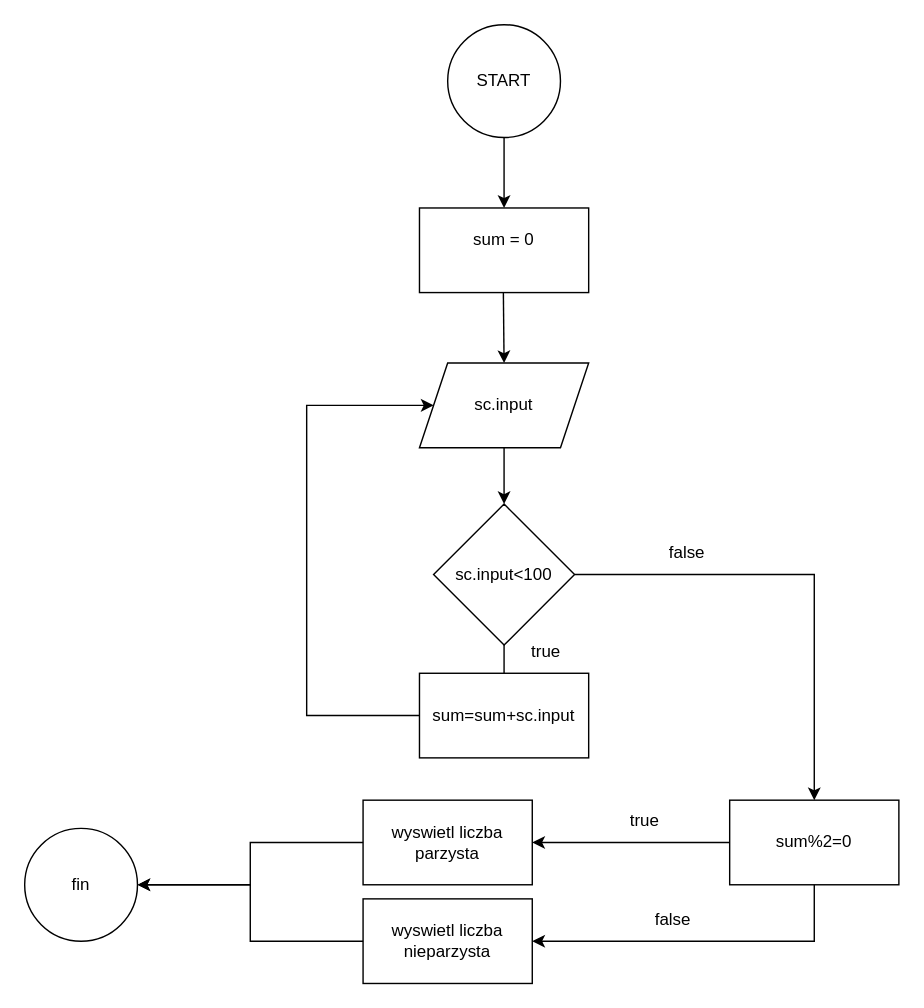
Above: Diagram bez tytułu.drawio in Brodaxer/AlgorytmikaZ1 (draw.io), before the change. Source tidied: cells renumbered, new cells numbered last; positions are measured from the earlier drawing's top-left corner, leaving out a move shared by most shapes. Both pictures are drawn from the tidied source at 141%, with x=0, y=0 at pixel (24, 24).
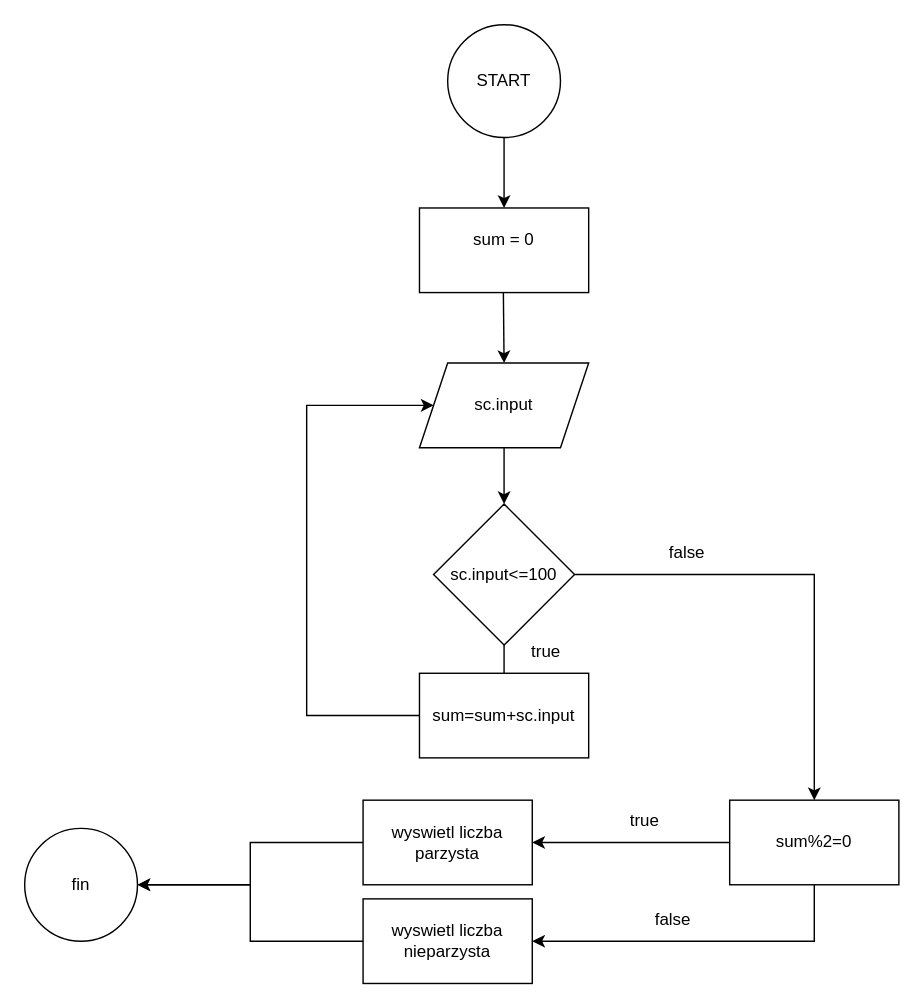
The same diagram, later.

Diff of the diagram source:
```diff
@@
-    <mxCell id="7" value="sc.input&amp;lt;100" style="rhombus;whiteSpace=wrap;html=1;" parent="1" vertex="1">
+    <mxCell id="7" value="sc.input&amp;lt;=100" style="rhombus;whiteSpace=wrap;html=1;" parent="1" vertex="1">
       <mxGeometry x="290" y="340" width="100" height="100" as="geometry" />
     </mxCell>
```
